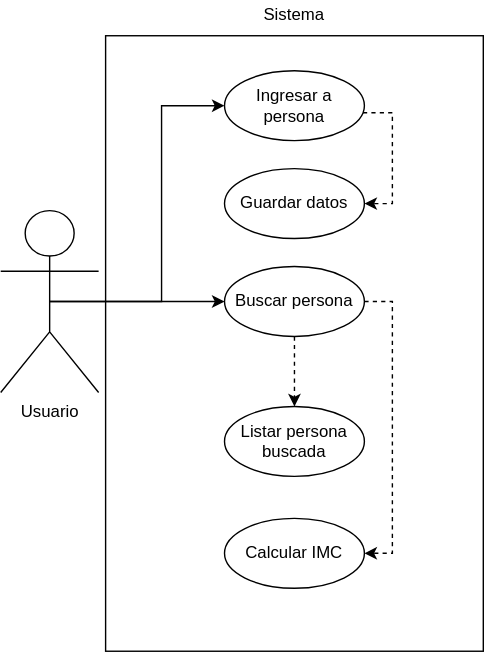
The draw.io diagram CasoDeUso.svg in MaxIbanez/Taller1P1_MI_JC, before a commit. Source tidied: cells renumbered, new cells last; positions are measured from the earlier drawing's top-left corner, leaving out a move shared by most shapes.
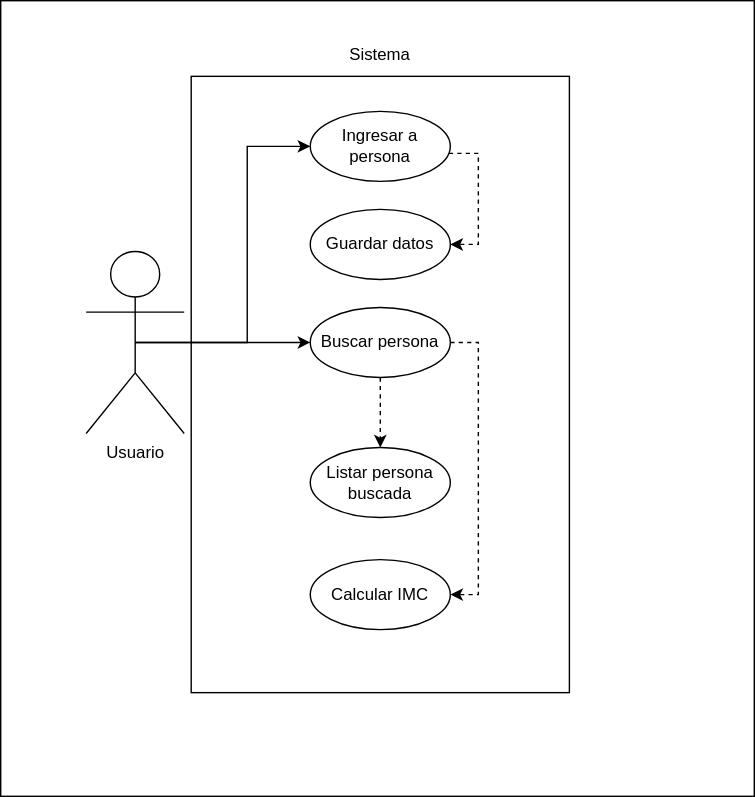
The same diagram one commit later.

Diff of the diagram source:
```diff
@@ -51,5 +51,8 @@
     <mxCell id="14" value="Sistema" style="text;html=1;strokeColor=none;fillColor=none;align=center;verticalAlign=middle;whiteSpace=wrap;rounded=0;" parent="1" vertex="1">
       <mxGeometry x="180" width="80" height="20" as="geometry" />
     </mxCell>
+    <mxCell id="15" style="rounded=0;whiteSpace=wrap;html=1;fillColor=none;rotation=-90;" parent="1" vertex="1">
+      <mxGeometry x="-66" y="-14" width="568" height="538" as="geometry" />
+    </mxCell>
   </root>
 </mxGraphModel>
```
